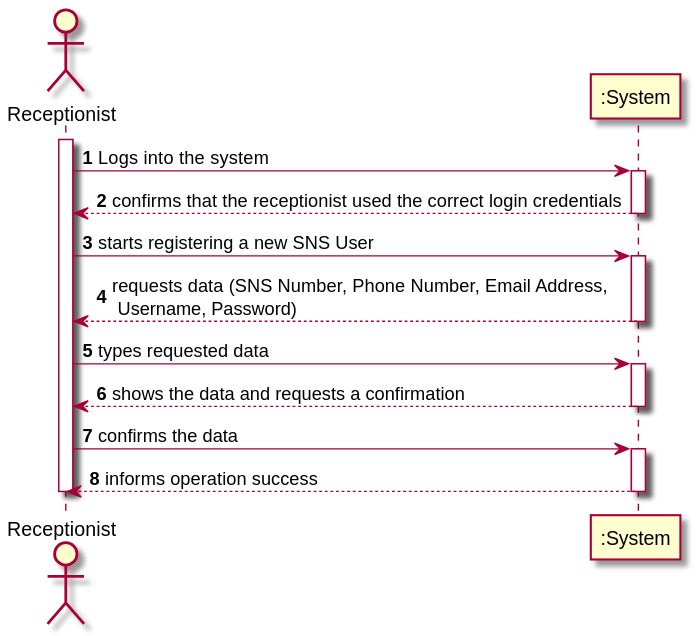
Earlier version of the PlantUML export docs/SprintB/US/US3/US003_SSD.svg (PedroMesquita1211171/VaccinationManager).
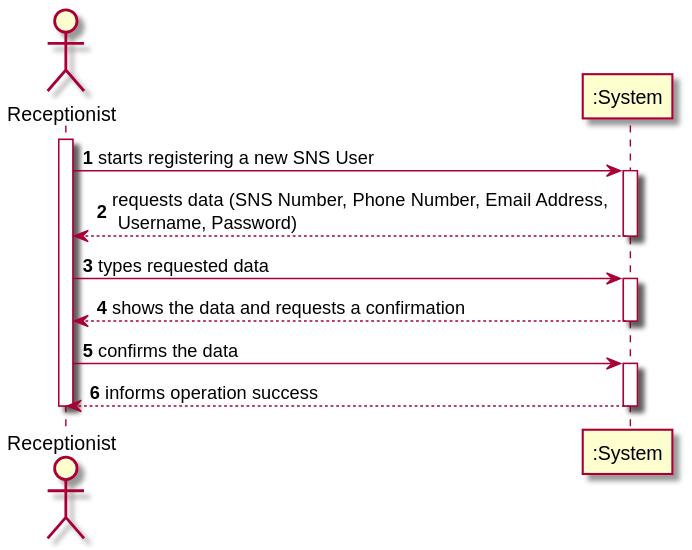
After the change.

Diff of the diagram source:
```diff
@@ -3,11 +3,6 @@
 actor "Receptionist" as rcp
 
 activate rcp
-rcp -> ":System" : Logs into the system
-activate ":System"
-":System" --> rcp : confirms that the receptionist used the correct login credentials
-deactivate ":System"
-
 rcp -> ":System" : starts registering a new SNS User
 activate ":System"
 ":System" --> rcp : requests data (SNS Number, Phone Number, Email Address, \n Username, Password)
```
